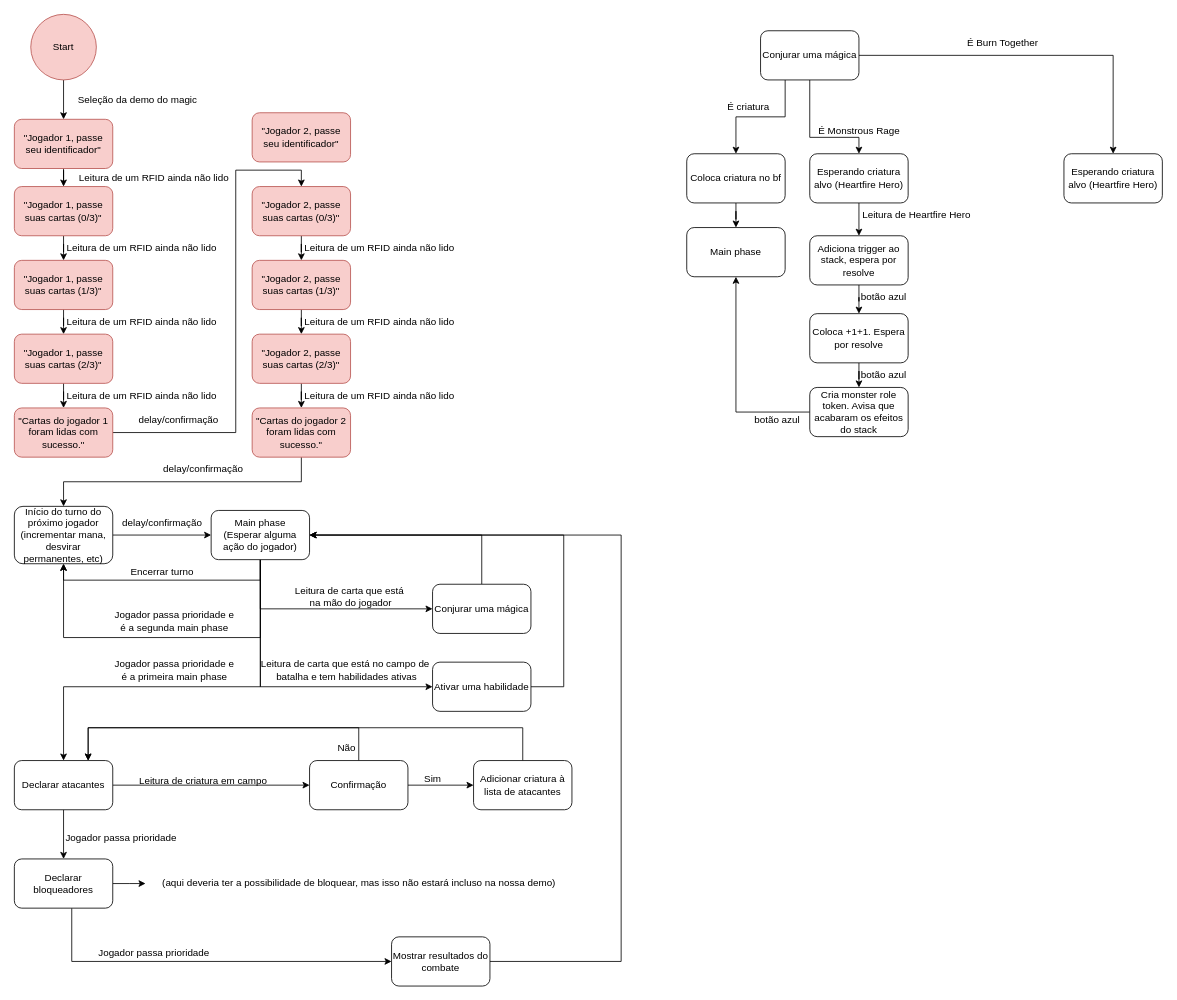
This is documentos/Magic_States.drawio from TochaFh/Projeto-UX-Men, a draw.io file, before an edit. Source tidied: cells renumbered, new cells numbered last; positions are measured from the earlier drawing's top-left corner, leaving out a move shared by most shapes. Both pictures are drawn from the tidied source at 82%, with x=0, y=0 at pixel (14, 14).
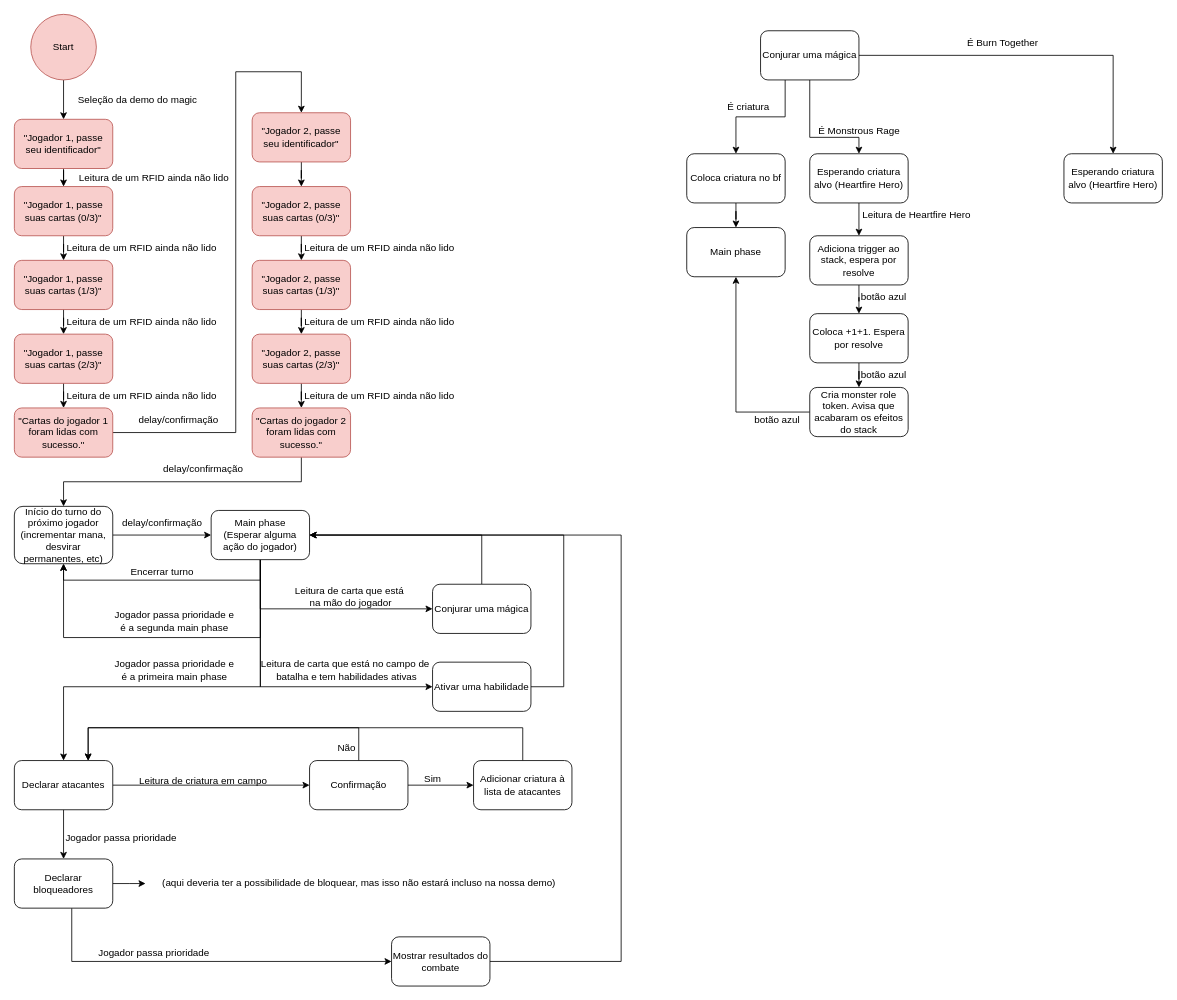
The same diagram, later.

Commit message (it also covers changes not shown here):
fazendo o python ficar quietin

The change refers to these unchanged cells:
```xml
<mxCell id="14" value="&quot;Cartas do jogador 1 foram lidas com sucesso.&quot;" style="rounded=1;whiteSpace=wrap;html=1;fillColor=#f8cecc;strokeColor=#b85450;" parent="1" vertex="1">
  <mxGeometry y="480" width="120" height="60" as="geometry" />
</mxCell>
<mxCell id="17" value="&quot;Jogador 2, passe suas cartas (0/3)&quot;" style="rounded=1;whiteSpace=wrap;html=1;fillColor=#f8cecc;strokeColor=#b85450;" parent="1" vertex="1">
  <mxGeometry x="290" y="210" width="120" height="60" as="geometry" />
</mxCell>
<mxCell id="92" value="&quot;Jogador 2, passe seu identificador&quot;" style="rounded=1;whiteSpace=wrap;html=1;fillColor=#f8cecc;strokeColor=#b85450;" parent="1" vertex="1">
  <mxGeometry x="290" y="120" width="120" height="60" as="geometry" />
</mxCell>
```

Change to the diagram source:
```diff
@@
-    <mxCell id="13" style="edgeStyle=orthogonalEdgeStyle;rounded=0;jettySize=auto;html=1;entryX=0.5;entryY=0;entryDx=0;entryDy=0;" parent="1" edge="1" source="14" target="17">
+    <mxCell id="13" style="edgeStyle=orthogonalEdgeStyle;rounded=0;jettySize=auto;html=1;" parent="1" edge="1" source="14">
       <mxGeometry relative="1" as="geometry">
+        <mxPoint x="350" y="120" as="targetPoint" />
         <Array as="points">
           <mxPoint x="270" y="510" />
-          <mxPoint x="270" y="190" />
-          <mxPoint x="350" y="190" />
+          <mxPoint x="270" y="70" />
+          <mxPoint x="350" y="70" />
         </Array>
       </mxGeometry>
     </mxCell>
@@
+    <mxCell id="93" style="edgeStyle=orthogonalEdgeStyle;rounded=0;jettySize=auto;html=1;entryX=0.5;entryY=0;entryDx=0;entryDy=0;" parent="1" edge="1" source="92" target="17">
+      <mxGeometry relative="1" as="geometry" />
+    </mxCell>
```
